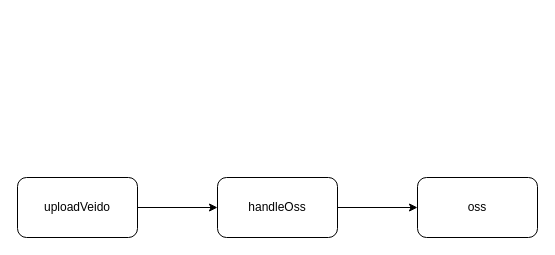
Before: 视频上传.drawio in gjf610/my-blog, a draw.io diagram. Source tidied: cells renumbered, new cells numbered last; positions are measured from the earlier drawing's top-left corner, leaving out a move shared by most shapes. Both pictures are drawn from the tidied source at 100%, with x=0, y=0 at pixel (17, 177).
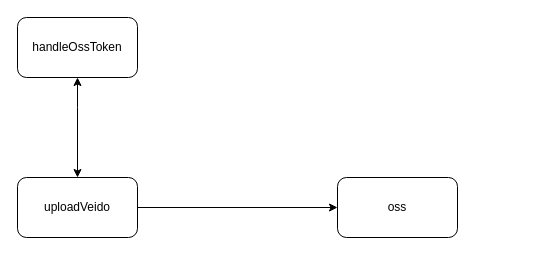
The same diagram, later.

Commit message (it also covers changes not shown here):
更新视频上传.drawio

What changed in the source:
```diff
@@
 <mxGraphModel>
   <root>
     <mxCell id="0" />
     <mxCell id="1" parent="0" />
-    <mxCell id="2" style="edgeStyle=orthogonalEdgeStyle;rounded=0;jettySize=auto;html=1;entryX=0;entryY=0.5;entryDx=0;entryDy=0;" parent="1" edge="1" source="3" target="5">
-      <mxGeometry relative="1" as="geometry" />
-    </mxCell>
+    <mxCell id="7" style="edgeStyle=orthogonalEdgeStyle;rounded=0;jettySize=auto;html=1;entryX=0;entryY=0.5;entryDx=0;entryDy=0;" parent="1" edge="1" source="3" target="6">
+      <mxGeometry relative="1" as="geometry" />
+    </mxCell>
     <mxCell id="3" value="uploadVeido" style="rounded=1;whiteSpace=wrap;html=1;" parent="1" vertex="1">
       <mxGeometry width="120" height="60" as="geometry" />
     </mxCell>
-    <mxCell id="4" style="edgeStyle=orthogonalEdgeStyle;rounded=0;jettySize=auto;html=1;entryX=0;entryY=0.5;entryDx=0;entryDy=0;" parent="1" edge="1" source="5" target="6">
-      <mxGeometry relative="1" as="geometry" />
-    </mxCell>
-    <mxCell id="5" value="handleOss" style="rounded=1;whiteSpace=wrap;html=1;" parent="1" vertex="1">
-      <mxGeometry x="200" width="120" height="60" as="geometry" />
+    <mxCell id="5" value="handleOssToken" style="rounded=1;whiteSpace=wrap;html=1;" parent="1" vertex="1">
+      <mxGeometry y="-160" width="120" height="60" as="geometry" />
     </mxCell>
     <mxCell id="6" value="oss" style="rounded=1;whiteSpace=wrap;html=1;" parent="1" vertex="1">
-      <mxGeometry x="400" width="120" height="60" as="geometry" />
+      <mxGeometry x="320" width="120" height="60" as="geometry" />
     </mxCell>
+    <mxCell id="2" style="endArrow=classic;startArrow=classic;html=1;rounded=0;entryX=0.5;entryY=1;entryDx=0;entryDy=0;" parent="1" edge="1" source="3" target="5">
+      <mxGeometry relative="1" as="geometry">
+        <Array as="points">
+          <mxPoint x="60" y="-70" />
+        </Array>
+      </mxGeometry>
+    </mxCell>
   </root>
 </mxGraphModel>
```
